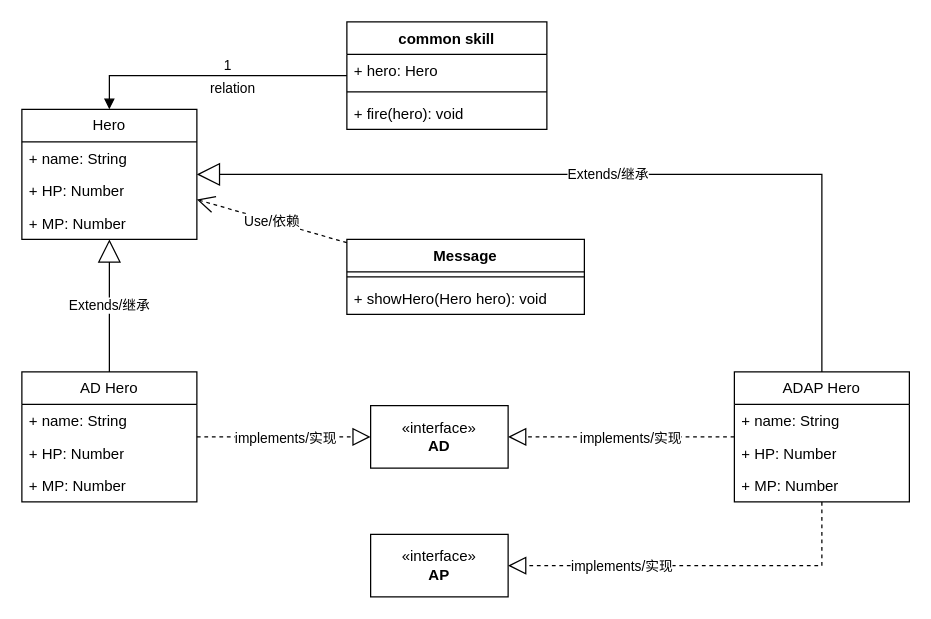
Earlier version of the draw.io diagram 抽象、封装、继承、多态.drawio (Labraff/diagrams.database). Source tidied: cells renumbered, new cells numbered last; positions are measured from the earlier drawing's top-left corner, leaving out a move shared by most shapes. Both pictures are drawn from the tidied source at 125%, with x=0, y=0 at pixel (21, 21).
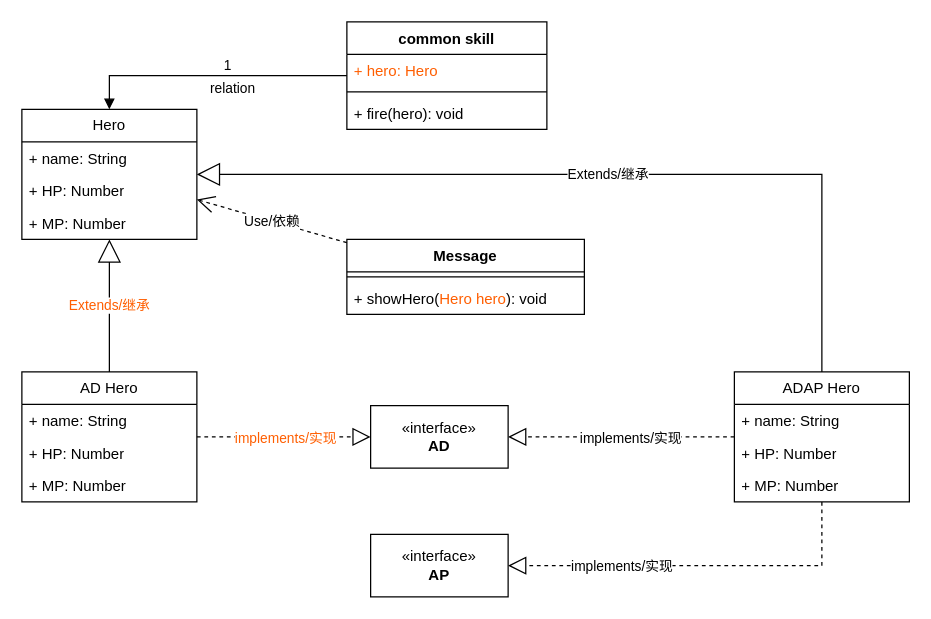
Above is the later version.

Commit message (it also covers changes not shown here):
更新抽象、封装、继承、多态.drawio

Unchanged cells that the change refers to:
```xml
<mxCell id="2" value="Hero" style="swimlane;fontStyle=0;horizontal=1;startSize=26;fillColor=none;whiteSpace=wrap;html=1;" parent="1" vertex="1">
  <mxGeometry y="70" width="140" height="104" as="geometry" />
</mxCell>
<mxCell id="7" value="AD Hero" style="swimlane;fontStyle=0;horizontal=1;startSize=26;fillColor=none;whiteSpace=wrap;html=1;" parent="1" vertex="1">
  <mxGeometry y="280" width="140" height="104" as="geometry" />
</mxCell>
<mxCell id="13" style="endArrow=block;dashed=1;endFill=0;endSize=12;html=1;rounded=0;edgeStyle=orthogonalEdgeStyle;" parent="1" edge="1" source="7" target="11">
  <mxGeometry relative="1" as="geometry" />
</mxCell>
<mxCell id="24" value="Message" style="swimlane;fontStyle=1;align=center;verticalAlign=top;horizontal=1;startSize=26;whiteSpace=wrap;html=1;" parent="1" vertex="1">
  <mxGeometry x="260" y="174" width="190" height="60" as="geometry" />
</mxCell>
<mxCell id="28" value="common skill" style="swimlane;fontStyle=1;align=center;verticalAlign=top;horizontal=1;startSize=26;whiteSpace=wrap;html=1;" parent="1" vertex="1">
  <mxGeometry x="260" width="160" height="86" as="geometry" />
</mxCell>
```

The edit, as a diff of the source:
```diff
@@
-    <mxCell id="6" value="Extends/继承" style="endArrow=block;endSize=16;endFill=0;html=1;rounded=0;exitX=0.5;exitY=0;exitDx=0;exitDy=0;" parent="1" edge="1" source="7" target="2">
+    <mxCell id="6" value="&lt;font color=&quot;#ff5e00&quot;&gt;Extends/继承&lt;/font&gt;" style="endArrow=block;endSize=16;endFill=0;html=1;rounded=0;exitX=0.5;exitY=0;exitDx=0;exitDy=0;" parent="1" edge="1" source="7" target="2">
       <mxGeometry relative="1" as="geometry" />
     </mxCell>
@@
-    <mxCell id="14" value="implements/实现" style="edgeLabel;html=1;align=center;verticalAlign=middle;" parent="13" vertex="1">
+    <mxCell id="14" value="&lt;font color=&quot;#ff5e00&quot;&gt;implements/实现&lt;/font&gt;" style="edgeLabel;html=1;align=center;verticalAlign=middle;" parent="13" vertex="1">
       <mxGeometry x="-0.18" relative="1" as="geometry">
         <mxPoint x="13" as="offset" />
       </mxGeometry>
     </mxCell>
@@
-    <mxCell id="26" value="+ showHero(Hero hero): void" style="text;strokeColor=none;fillColor=none;align=left;verticalAlign=top;spacingLeft=4;spacingRight=4;overflow=hidden;whiteSpace=wrap;html=1;" parent="24" vertex="1">
+    <mxCell id="26" value="+ showHero(&lt;font color=&quot;#ff5e00&quot;&gt;Hero hero&lt;/font&gt;): void" style="text;strokeColor=none;fillColor=none;align=left;verticalAlign=top;spacingLeft=4;spacingRight=4;overflow=hidden;whiteSpace=wrap;html=1;" parent="24" vertex="1">
       <mxGeometry y="34" width="190" height="26" as="geometry" />
     </mxCell>
@@
-    <mxCell id="29" value="+ hero: Hero" style="text;strokeColor=none;fillColor=none;align=left;verticalAlign=top;spacingLeft=4;spacingRight=4;overflow=hidden;whiteSpace=wrap;html=1;" parent="28" vertex="1">
+    <mxCell id="29" value="&lt;font color=&quot;#ff5e00&quot;&gt;+ hero: Hero&lt;/font&gt;" style="text;strokeColor=none;fillColor=none;align=left;verticalAlign=top;spacingLeft=4;spacingRight=4;overflow=hidden;whiteSpace=wrap;html=1;" parent="28" vertex="1">
       <mxGeometry y="26" width="160" height="26" as="geometry" />
     </mxCell>
```
